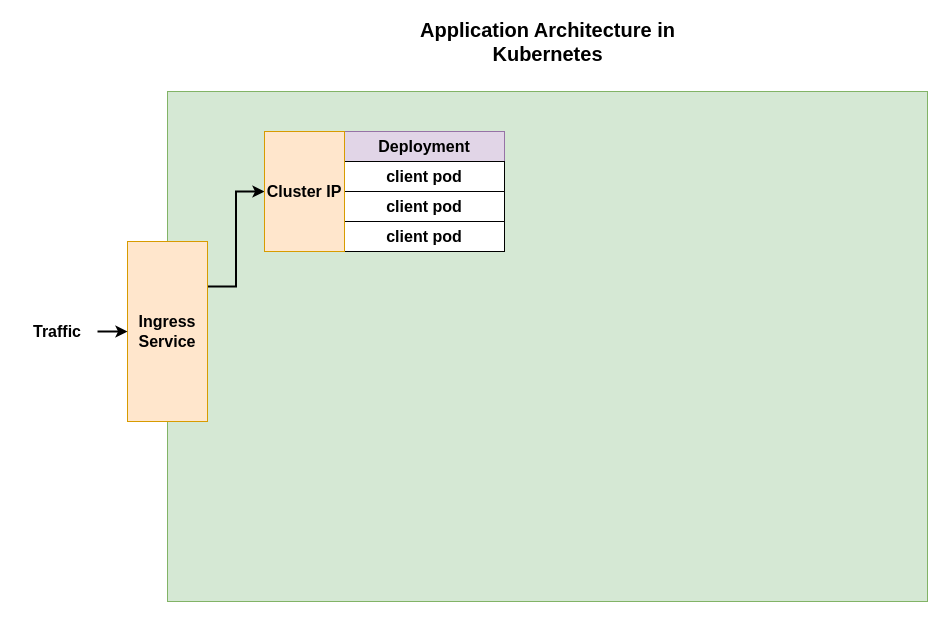
Above: page "App Arch in K8s" (10 of 10) of kubernetes/Kubernetes_Cluster.drawio in micheal08/mylearningdata (draw.io), before the change. Source tidied: cells renumbered, new cells numbered last; positions are measured from the earlier drawing's top-left corner, leaving out a move shared by most shapes. Both pictures are drawn from the tidied source at 100%, with x=0, y=0 at pixel (17, 31).
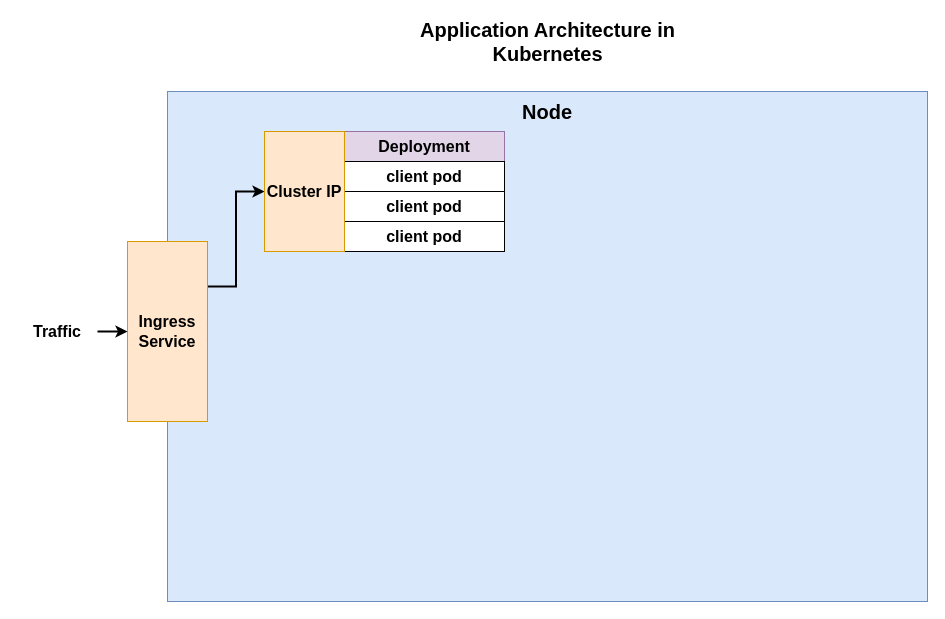
The same diagram, later.

What changed in the source:
```diff
@@
 <mxGraphModel>
   <root>
     <mxCell id="0" />
     <mxCell id="1" parent="0" />
-    <mxCell id="2" style="rounded=0;whiteSpace=wrap;html=1;fillColor=#d5e8d4;strokeColor=#82b366;" parent="1" vertex="1">
+    <mxCell id="2" style="rounded=0;whiteSpace=wrap;html=1;fillColor=#dae8fc;strokeColor=#6c8ebf;" parent="1" vertex="1">
       <mxGeometry x="150" y="60" width="760" height="510" as="geometry" />
     </mxCell>
     <mxCell id="3" style="edgeStyle=orthogonalEdgeStyle;rounded=0;jettySize=auto;html=1;strokeWidth=2;fontSize=16;exitX=1;exitY=0.25;exitDx=0;exitDy=0;" parent="1" edge="1" source="4" target="11">
       <mxGeometry relative="1" as="geometry" />
     </mxCell>
     <mxCell id="4" value="&lt;font style=&quot;font-size: 16px;&quot;&gt;&lt;span style=&quot;font-size: 16px;&quot;&gt;Ingress Service&lt;/span&gt;&lt;/font&gt;" style="rounded=0;whiteSpace=wrap;html=1;fillColor=#ffe6cc;strokeColor=#d79b00;fontSize=16;fontStyle=1;" parent="1" vertex="1">
       <mxGeometry x="110" y="210" width="80" height="180" as="geometry" />
     </mxCell>
     <mxCell id="5" value="Deployment" style="rounded=0;whiteSpace=wrap;html=1;fillColor=#e1d5e7;strokeColor=#9673a6;fontSize=16;fontStyle=1;" parent="1" vertex="1">
       <mxGeometry x="327" y="100" width="160" height="30" as="geometry" />
     </mxCell>
     <mxCell id="6" style="edgeStyle=orthogonalEdgeStyle;rounded=0;jettySize=auto;html=1;entryX=0;entryY=0.5;entryDx=0;entryDy=0;fontSize=16;strokeWidth=2;" parent="1" edge="1" source="7" target="4">
       <mxGeometry relative="1" as="geometry" />
     </mxCell>
     <mxCell id="7" value="Traffic" style="text;html=1;strokeColor=none;fillColor=none;align=center;verticalAlign=middle;whiteSpace=wrap;rounded=0;fontSize=16;fontStyle=1;" parent="1" vertex="1">
       <mxGeometry y="290" width="80" height="20" as="geometry" />
     </mxCell>
     <mxCell id="8" value="client pod" style="rounded=0;whiteSpace=wrap;html=1;fontSize=16;fontStyle=1;" parent="1" vertex="1">
       <mxGeometry x="327" y="130" width="160" height="30" as="geometry" />
     </mxCell>
     <mxCell id="9" value="client pod" style="rounded=0;whiteSpace=wrap;html=1;fontSize=16;fontStyle=1;" parent="1" vertex="1">
       <mxGeometry x="327" y="160" width="160" height="30" as="geometry" />
     </mxCell>
     <mxCell id="10" value="client pod" style="rounded=0;whiteSpace=wrap;html=1;fontSize=16;fontStyle=1;" parent="1" vertex="1">
       <mxGeometry x="327" y="190" width="160" height="30" as="geometry" />
     </mxCell>
     <mxCell id="11" value="&lt;font style=&quot;font-size: 16px&quot;&gt;&lt;span style=&quot;font-size: 16px&quot;&gt;Cluster IP&lt;/span&gt;&lt;/font&gt;" style="rounded=0;whiteSpace=wrap;html=1;fillColor=#ffe6cc;strokeColor=#d79b00;fontSize=16;fontStyle=1;" parent="1" vertex="1">
       <mxGeometry x="247" y="100" width="80" height="120" as="geometry" />
     </mxCell>
     <mxCell id="12" value="Application Architecture in Kubernetes" style="text;html=1;strokeColor=none;fillColor=none;align=center;verticalAlign=middle;whiteSpace=wrap;rounded=0;fontSize=20;fontStyle=1;" parent="1" vertex="1">
       <mxGeometry x="383.5" width="293" height="20" as="geometry" />
     </mxCell>
+    <mxCell id="13" value="Node" style="text;html=1;strokeColor=none;fillColor=none;align=center;verticalAlign=middle;whiteSpace=wrap;rounded=0;fontSize=20;fontStyle=1;" parent="1" vertex="1">
+      <mxGeometry x="465" y="70" width="130" height="20" as="geometry" />
+    </mxCell>
   </root>
 </mxGraphModel>
```
